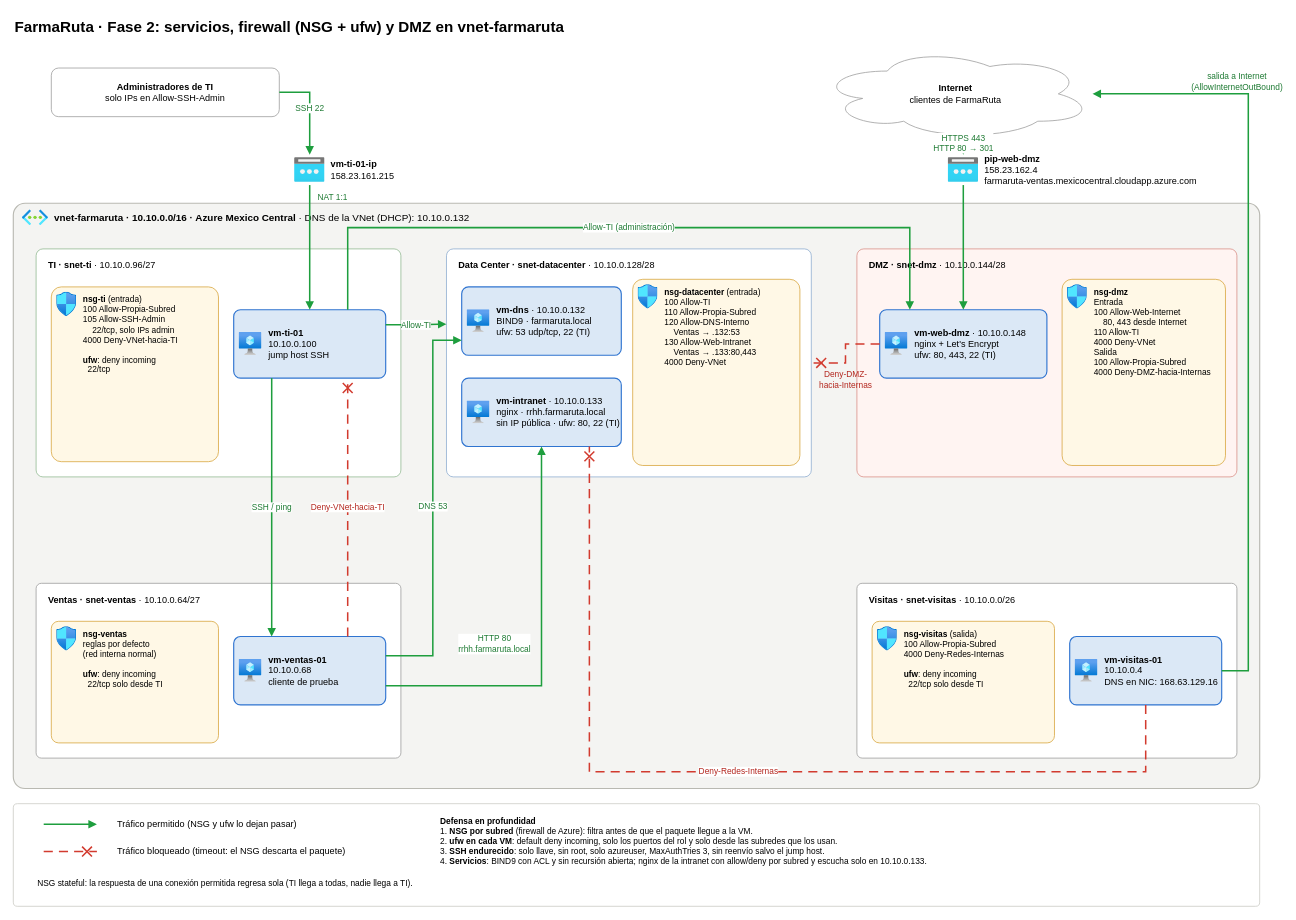
Above: config/fase2/diagrama/diagrama_red_fase2.drawio in nicoCT04/ProyectoFinal-Redes (draw.io), before the change. Source tidied: cells renumbered, new cells numbered last; positions are measured from the earlier drawing's top-left corner, leaving out a move shared by most shapes. Both pictures are drawn from the tidied source at 76%, with x=0, y=0 at pixel (13, 13).
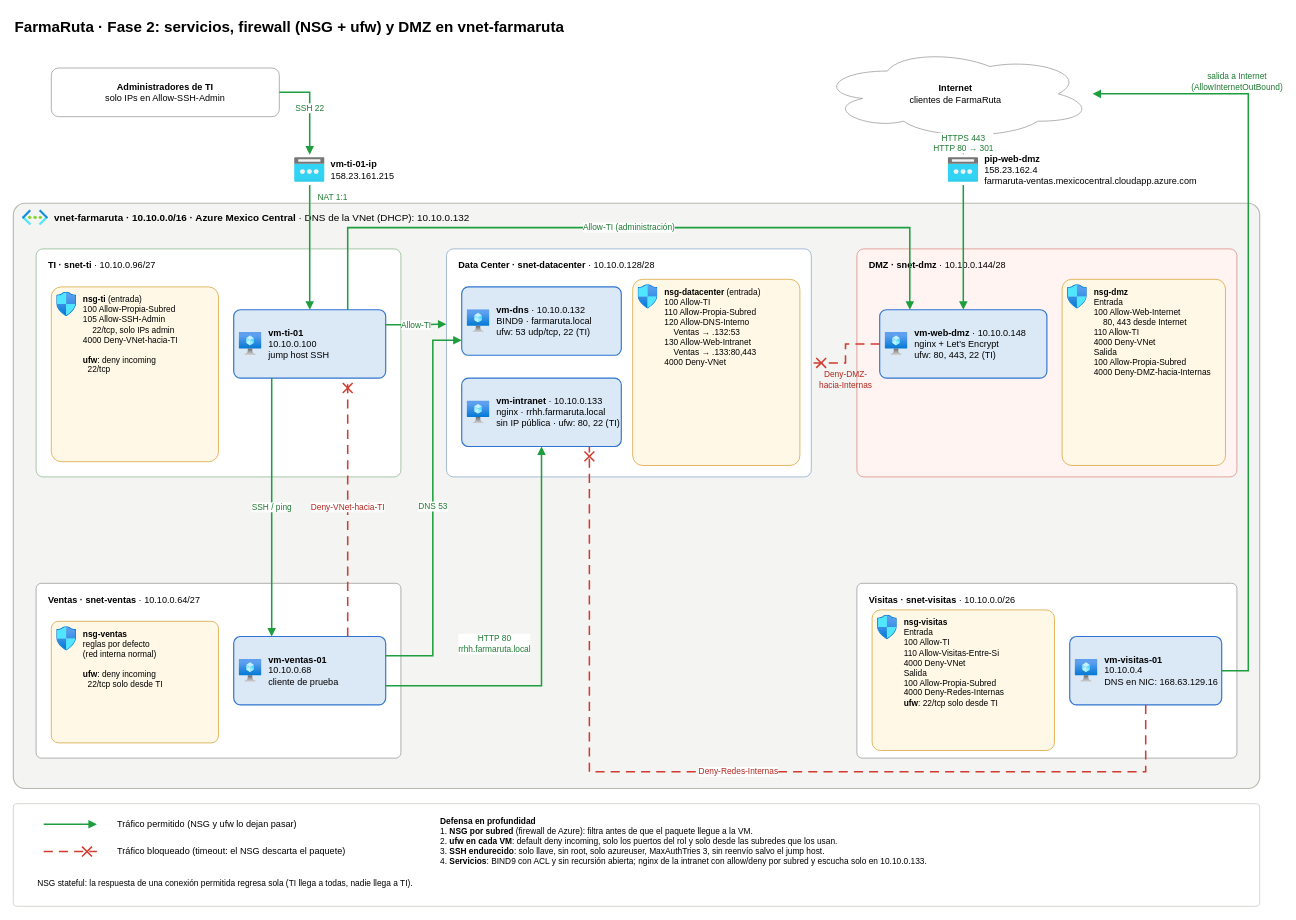
The same diagram, later.

Commit message (it also covers changes not shown here):
docs(seguridad): correccion de nsg-visitas verificada, diagrama y captura 24

Diff of the diagram source:
```diff
@@
-    <mxCell id="24" value="&lt;b&gt;nsg-visitas&lt;/b&gt; (salida)&lt;br&gt;100 Allow-Propia-Subred&lt;br&gt;4000 Deny-Redes-Internas&lt;br&gt;&lt;br&gt;&lt;b&gt;ufw&lt;/b&gt;: deny incoming&lt;br&gt;&amp;nbsp;&amp;nbsp;22/tcp solo desde TI" style="label;whiteSpace=wrap;html=1;rounded=1;arcSize=6;image=img/lib/azure2/networking/Network_Security_Groups.svg;imageWidth=26;imageHeight=32;imageVerticalAlign=top;fillColor=#fff8e6;fontStyle=0;strokeColor=#d6a338;align=left;verticalAlign=top;spacingLeft=40;spacingTop=4;fontSize=11;fontFamily=Helvetica;" parent="1" vertex="1">
-      <mxGeometry x="1130" y="800" width="240" height="160" as="geometry" />
+    <mxCell id="24" value="&lt;b&gt;nsg-visitas&lt;/b&gt;&lt;br&gt;Entrada&lt;br&gt;100 Allow-TI&lt;br&gt;110 Allow-Visitas-Entre-Si&lt;br&gt;4000 Deny-VNet&lt;br&gt;Salida&lt;br&gt;100 Allow-Propia-Subred&lt;br&gt;4000 Deny-Redes-Internas&lt;br&gt;&lt;b&gt;ufw&lt;/b&gt;: 22/tcp solo desde TI" style="label;whiteSpace=wrap;html=1;rounded=1;arcSize=6;image=img/lib/azure2/networking/Network_Security_Groups.svg;imageWidth=26;imageHeight=32;imageVerticalAlign=top;fillColor=#fff8e6;fontStyle=0;strokeColor=#d6a338;align=left;verticalAlign=top;spacingLeft=40;spacingTop=4;fontSize=11;fontFamily=Helvetica;" parent="1" vertex="1">
+      <mxGeometry x="1130" y="785" width="240" height="185" as="geometry" />
     </mxCell>
```
